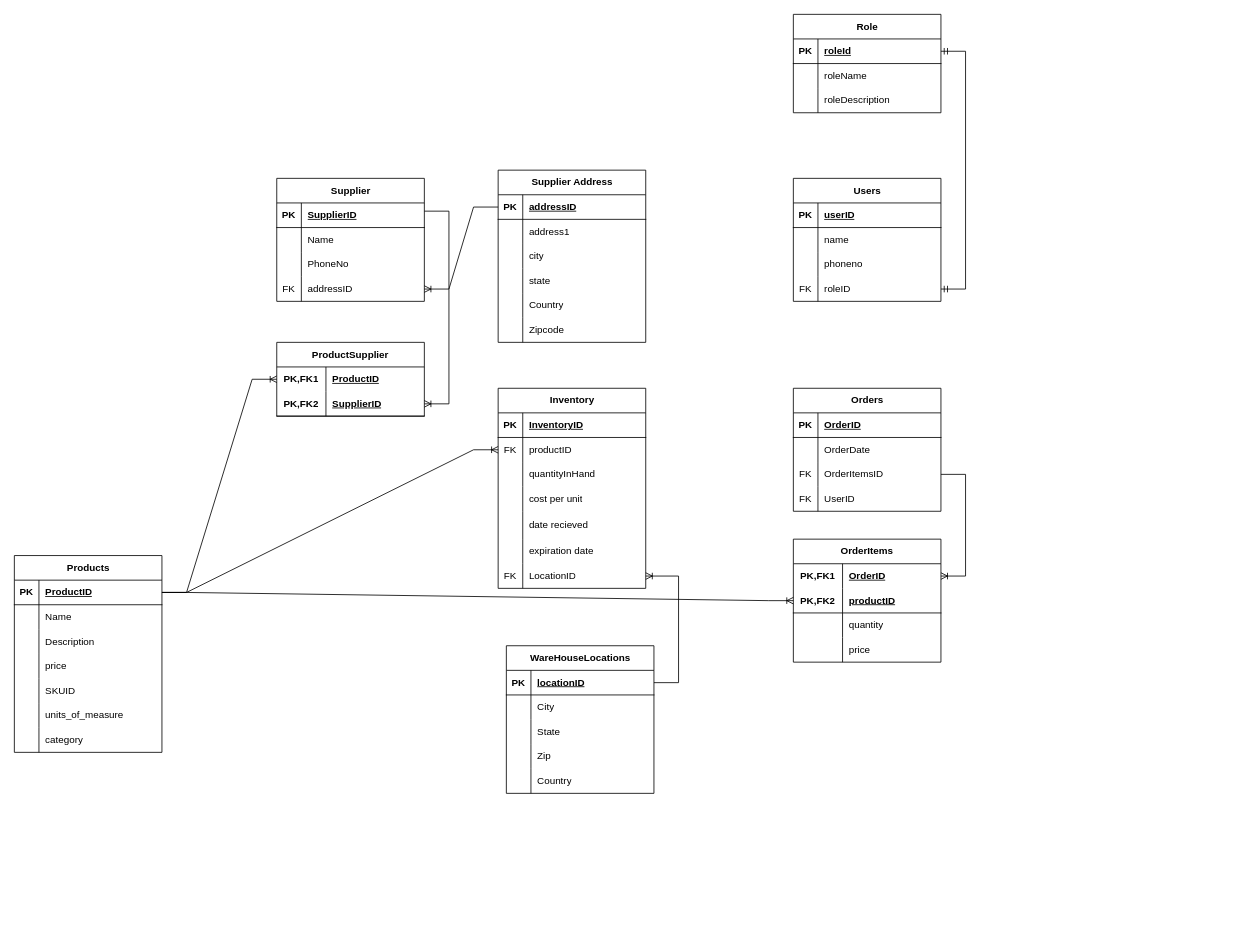
Before: InventoryManagement.drawio in ryada36/my-solutions-diagram, a draw.io diagram. Source tidied: cells renumbered, new cells numbered last; positions are measured from the earlier drawing's top-left corner, leaving out a move shared by most shapes. Both pictures are drawn from the tidied source at 82%, with x=0, y=0 at pixel (14, 14).
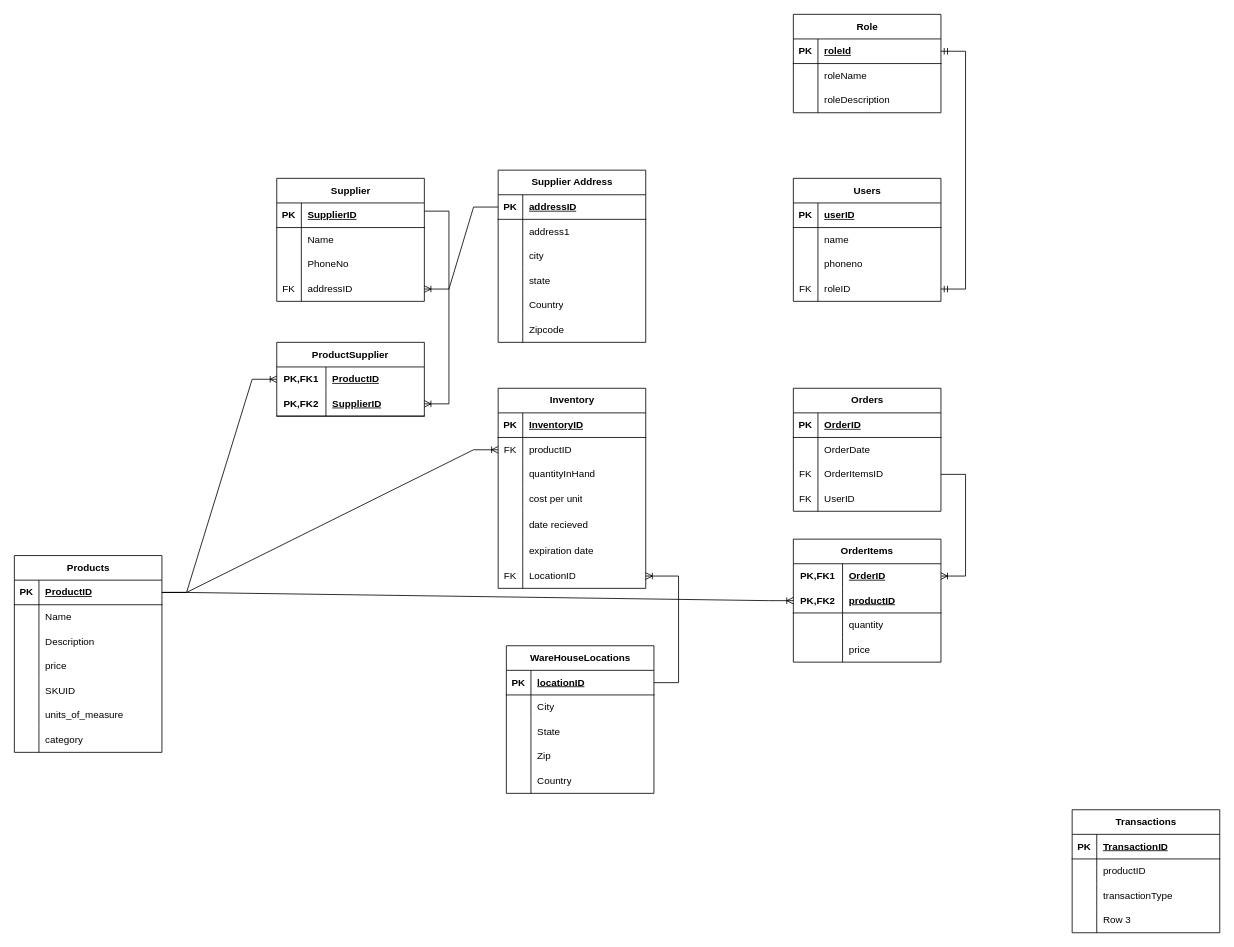
The same page after the edit.

Diff of the diagram source:
```diff
@@
+    <mxCell id="158" value="Transactions" style="shape=table;startSize=30;childLayout=tableLayout;rowLines=0;fontStyle=1;align=center;html=1;" parent="1" vertex="1">
+      <mxGeometry x="1290" y="970" width="180" height="150" as="geometry" />
+    </mxCell>
+    <mxCell id="159" style="shape=tableRow;horizontal=0;startSize=0;swimlaneHead=0;swimlaneBody=0;fillColor=none;top=0;left=0;right=0;bottom=1;" parent="158" vertex="1">
+      <mxGeometry y="30" width="180" height="30" as="geometry" />
+    </mxCell>
+    <mxCell id="160" value="PK" style="shape=partialRectangle;fillColor=none;top=0;left=0;bottom=0;right=0;fontStyle=1;overflow=hidden;whiteSpace=wrap;html=1;" parent="159" vertex="1">
+      <mxGeometry width="30" height="30" as="geometry" />
+    </mxCell>
+    <mxCell id="161" value="TransactionID" style="shape=partialRectangle;fillColor=none;top=0;left=0;bottom=0;right=0;align=left;spacingLeft=6;fontStyle=5;overflow=hidden;whiteSpace=wrap;html=1;" parent="159" vertex="1">
+      <mxGeometry x="30" width="150" height="30" as="geometry" />
+    </mxCell>
+    <mxCell id="162" style="shape=tableRow;horizontal=0;startSize=0;swimlaneHead=0;swimlaneBody=0;fillColor=none;top=0;left=0;right=0;bottom=0;" parent="158" vertex="1">
+      <mxGeometry y="60" width="180" height="30" as="geometry" />
+    </mxCell>
+    <mxCell id="163" style="shape=partialRectangle;fillColor=none;top=0;left=0;bottom=0;right=0;overflow=hidden;whiteSpace=wrap;html=1;" parent="162" vertex="1">
+      <mxGeometry width="30" height="30" as="geometry" />
+    </mxCell>
+    <mxCell id="164" value="productID" style="shape=partialRectangle;fillColor=none;top=0;left=0;bottom=0;right=0;align=left;spacingLeft=6;overflow=hidden;whiteSpace=wrap;html=1;" parent="162" vertex="1">
+      <mxGeometry x="30" width="150" height="30" as="geometry" />
+    </mxCell>
+    <mxCell id="165" style="shape=tableRow;horizontal=0;startSize=0;swimlaneHead=0;swimlaneBody=0;fillColor=none;top=0;left=0;right=0;bottom=0;" parent="158" vertex="1">
+      <mxGeometry y="90" width="180" height="30" as="geometry" />
+    </mxCell>
+    <mxCell id="166" style="shape=partialRectangle;fillColor=none;top=0;left=0;bottom=0;right=0;overflow=hidden;whiteSpace=wrap;html=1;" parent="165" vertex="1">
+      <mxGeometry width="30" height="30" as="geometry" />
+    </mxCell>
+    <mxCell id="167" value="transactionType" style="shape=partialRectangle;fillColor=none;top=0;left=0;bottom=0;right=0;align=left;spacingLeft=6;overflow=hidden;whiteSpace=wrap;html=1;" parent="165" vertex="1">
+      <mxGeometry x="30" width="150" height="30" as="geometry" />
+    </mxCell>
+    <mxCell id="168" style="shape=tableRow;horizontal=0;startSize=0;swimlaneHead=0;swimlaneBody=0;fillColor=none;top=0;left=0;right=0;bottom=0;" parent="158" vertex="1">
+      <mxGeometry y="120" width="180" height="30" as="geometry" />
+    </mxCell>
+    <mxCell id="169" style="shape=partialRectangle;fillColor=none;top=0;left=0;bottom=0;right=0;overflow=hidden;whiteSpace=wrap;html=1;" parent="168" vertex="1">
+      <mxGeometry width="30" height="30" as="geometry" />
+    </mxCell>
+    <mxCell id="170" value="Row 3" style="shape=partialRectangle;fillColor=none;top=0;left=0;bottom=0;right=0;align=left;spacingLeft=6;overflow=hidden;whiteSpace=wrap;html=1;" parent="168" vertex="1">
+      <mxGeometry x="30" width="150" height="30" as="geometry" />
+    </mxCell>
```
